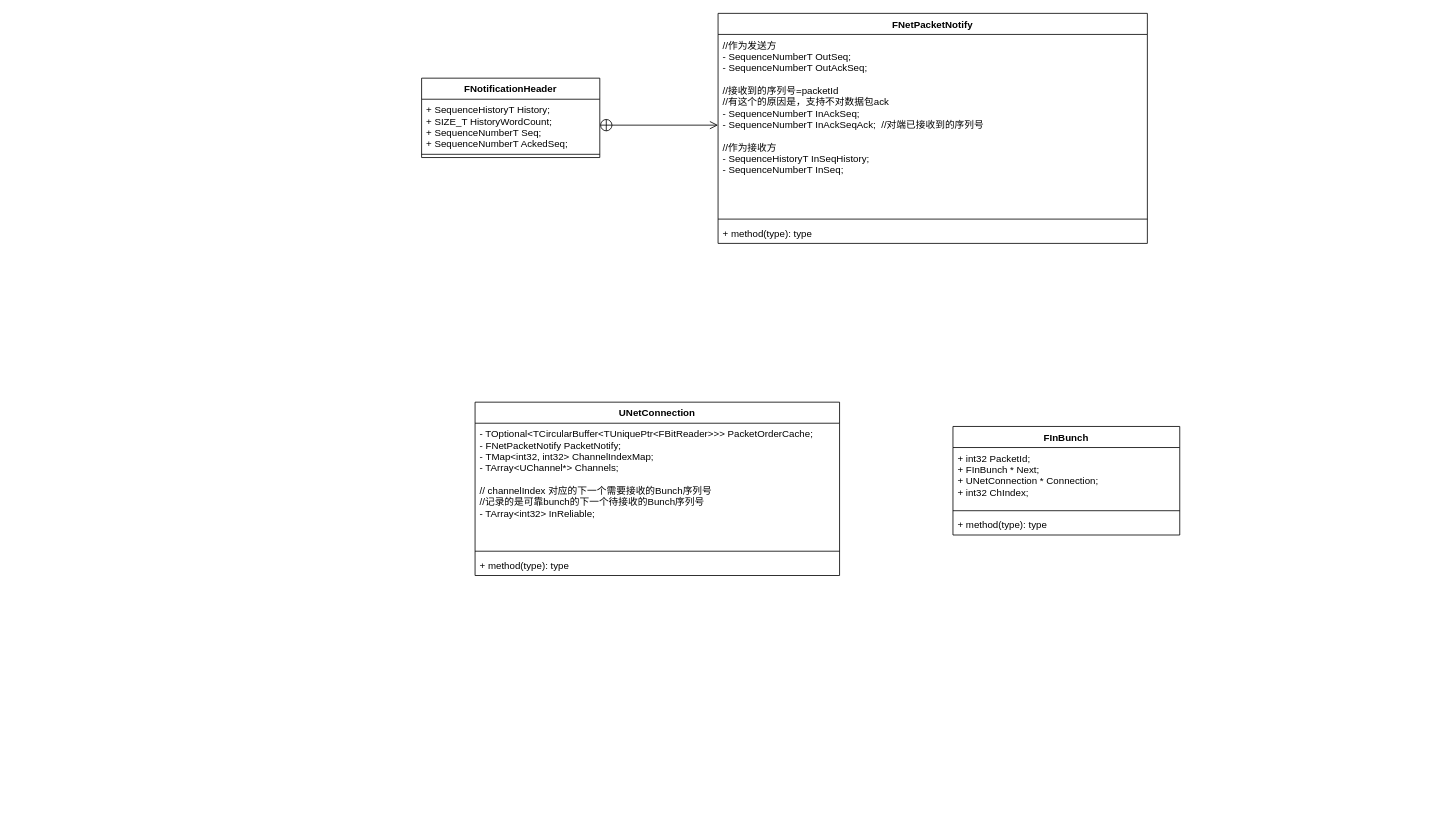
Earlier version of the draw.io diagram page "第 1 页" (1 of 3) of UE4Networking.drawio (jialin0x7c9/UE4NetworkingGraph). Source tidied: cells renumbered, new cells numbered last; positions are measured from the earlier drawing's top-left corner, leaving out a move shared by most shapes. Both pictures are drawn from the tidied source at 81%, with x=0, y=0 at pixel (421, 13).
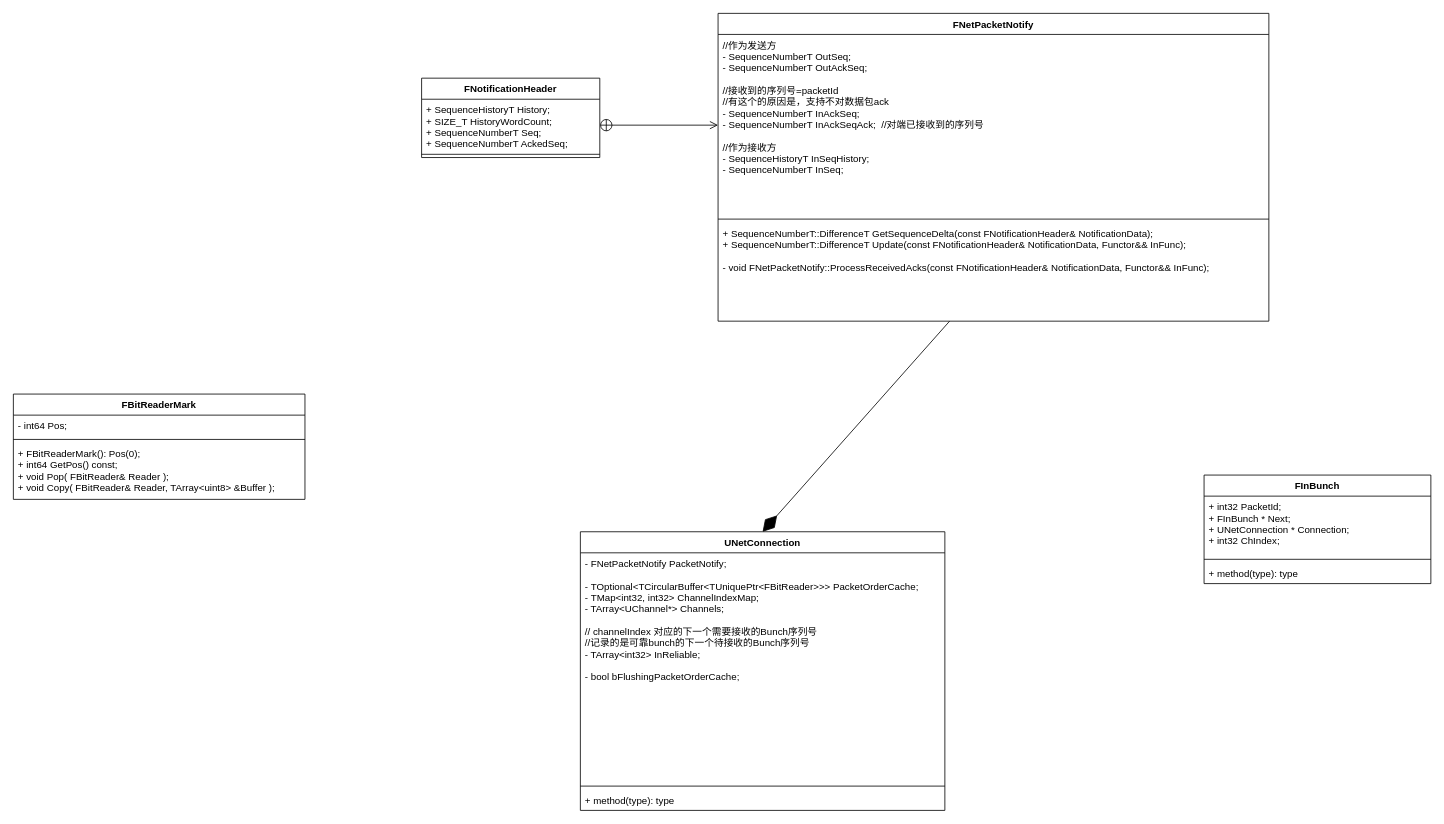
The same diagram, later.

Diff of the diagram source:
```diff
@@
     <mxCell id="2" value="UNetConnection" style="swimlane;fontStyle=1;align=center;verticalAlign=top;horizontal=1;startSize=26;" parent="1" vertex="1">
-      <mxGeometry x="66" y="480" width="450" height="214" as="geometry" />
+      <mxGeometry x="196" y="640" width="450" height="344" as="geometry" />
     </mxCell>
-    <mxCell id="3" value="- TOptional&lt;TCircularBuffer&lt;TUniquePtr&lt;FBitReader&gt;&gt;&gt; PacketOrderCache;&#10;- FNetPacketNotify PacketNotify;&#10;- TMap&lt;int32, int32&gt; ChannelIndexMap;&#10;- TArray&lt;UChannel*&gt; Channels;&#10;&#10;// channelIndex 对应的下一个需要接收的Bunch序列号&#10;//记录的是可靠bunch的下一个待接收的Bunch序列号&#10;- TArray&lt;int32&gt;  InReliable;  &#10;" style="text;strokeColor=none;fillColor=none;align=left;verticalAlign=top;spacingLeft=4;spacingRight=4;overflow=hidden;" parent="2" vertex="1">
-      <mxGeometry y="26" width="450" height="154" as="geometry" />
+    <mxCell id="3" value="- FNetPacketNotify PacketNotify;&#10;&#10;- TOptional&lt;TCircularBuffer&lt;TUniquePtr&lt;FBitReader&gt;&gt;&gt; PacketOrderCache;&#10;- TMap&lt;int32, int32&gt; ChannelIndexMap;&#10;- TArray&lt;UChannel*&gt; Channels;&#10;&#10;// channelIndex 对应的下一个需要接收的Bunch序列号&#10;//记录的是可靠bunch的下一个待接收的Bunch序列号&#10;- TArray&lt;int32&gt;  InReliable;  &#10;&#10;- bool bFlushingPacketOrderCache;" style="text;strokeColor=none;fillColor=none;align=left;verticalAlign=top;spacingLeft=4;spacingRight=4;overflow=hidden;" parent="2" vertex="1">
+      <mxGeometry y="26" width="450" height="284" as="geometry" />
     </mxCell>
     <mxCell id="4" style="line;strokeWidth=1;fillColor=none;align=left;verticalAlign=middle;spacingTop=-1;spacingLeft=3;spacingRight=3;labelPosition=right;" parent="2" vertex="1">
-      <mxGeometry y="180" width="450" height="8" as="geometry" />
+      <mxGeometry y="310" width="450" height="8" as="geometry" />
     </mxCell>
     <mxCell id="5" value="+ method(type): type" style="text;strokeColor=none;fillColor=none;align=left;verticalAlign=top;spacingLeft=4;spacingRight=4;overflow=hidden;" parent="2" vertex="1">
-      <mxGeometry y="188" width="450" height="26" as="geometry" />
+      <mxGeometry y="318" width="450" height="26" as="geometry" />
     </mxCell>
     <mxCell id="6" value="FInBunch" style="swimlane;fontStyle=1;align=center;verticalAlign=top;horizontal=1;startSize=26;" parent="1" vertex="1">
-      <mxGeometry x="656" y="510" width="280" height="134" as="geometry" />
+      <mxGeometry x="966" y="570" width="280" height="134" as="geometry" />
     </mxCell>
@@
     <mxCell id="10" value="FNetPacketNotify" style="swimlane;fontStyle=1;align=center;verticalAlign=top;horizontal=1;startSize=26;" parent="1" vertex="1">
-      <mxGeometry x="366" width="530" height="284" as="geometry" />
+      <mxGeometry x="366" width="680" height="380" as="geometry" />
     </mxCell>
     <mxCell id="11" value="//作为发送方&#10;- SequenceNumberT OutSeq;&#10;- SequenceNumberT OutAckSeq;&#10; &#10;//接收到的序列号=packetId&#10;//有这个的原因是，支持不对数据包ack&#10;- SequenceNumberT InAckSeq; &#10;- SequenceNumberT InAckSeqAck;  //对端已接收到的序列号&#10;&#10;//作为接收方&#10;- SequenceHistoryT InSeqHistory;&#10;- SequenceNumberT InSeq;&#10;&#10; " style="text;strokeColor=none;fillColor=none;align=left;verticalAlign=top;spacingLeft=4;spacingRight=4;overflow=hidden;points=[[0,0.5],[1,0.5]];portConstraint=eastwest;" parent="10" vertex="1">
-      <mxGeometry y="26" width="530" height="224" as="geometry" />
+      <mxGeometry y="26" width="680" height="224" as="geometry" />
     </mxCell>
     <mxCell id="12" style="line;strokeWidth=1;fillColor=none;align=left;verticalAlign=middle;spacingTop=-1;spacingLeft=3;spacingRight=3;labelPosition=right;" parent="10" vertex="1">
-      <mxGeometry y="250" width="530" height="8" as="geometry" />
+      <mxGeometry y="250" width="680" height="8" as="geometry" />
     </mxCell>
-    <mxCell id="13" value="+ method(type): type" style="text;strokeColor=none;fillColor=none;align=left;verticalAlign=top;spacingLeft=4;spacingRight=4;overflow=hidden;points=[[0,0.5],[1,0.5]];portConstraint=eastwest;" parent="10" vertex="1">
-      <mxGeometry y="258" width="530" height="26" as="geometry" />
+    <mxCell id="13" value="+ SequenceNumberT::DifferenceT GetSequenceDelta(const FNotificationHeader&amp; NotificationData);&#10;+ SequenceNumberT::DifferenceT Update(const FNotificationHeader&amp; NotificationData, Functor&amp;&amp; InFunc);&#10;&#10;- void FNetPacketNotify::ProcessReceivedAcks(const FNotificationHeader&amp; NotificationData, Functor&amp;&amp; InFunc);" style="text;strokeColor=none;fillColor=none;align=left;verticalAlign=top;spacingLeft=4;spacingRight=4;overflow=hidden;points=[[0,0.5],[1,0.5]];portConstraint=eastwest;" parent="10" vertex="1">
+      <mxGeometry y="258" width="680" height="122" as="geometry" />
     </mxCell>
@@
+    <mxCell id="18" value="FBitReaderMark" style="swimlane;fontStyle=1;align=center;verticalAlign=top;horizontal=1;startSize=26;" parent="1" vertex="1">
+      <mxGeometry x="-504" y="470" width="360" height="130" as="geometry" />
+    </mxCell>
+    <mxCell id="19" value="- int64 Pos;" style="text;strokeColor=none;fillColor=none;align=left;verticalAlign=top;spacingLeft=4;spacingRight=4;overflow=hidden;" parent="18" vertex="1">
+      <mxGeometry y="26" width="360" height="26" as="geometry" />
+    </mxCell>
+    <mxCell id="20" style="line;strokeWidth=1;fillColor=none;align=left;verticalAlign=middle;spacingTop=-1;spacingLeft=3;spacingRight=3;labelPosition=right;" parent="18" vertex="1">
+      <mxGeometry y="52" width="360" height="8" as="geometry" />
+    </mxCell>
+    <mxCell id="21" value="+ FBitReaderMark(): Pos(0);&#10;+ int64 GetPos() const;&#10;+ void Pop( FBitReader&amp; Reader );&#10;+ void Copy( FBitReader&amp; Reader, TArray&lt;uint8&gt; &amp;Buffer );" style="text;strokeColor=none;fillColor=none;align=left;verticalAlign=top;spacingLeft=4;spacingRight=4;overflow=hidden;" parent="18" vertex="1">
+      <mxGeometry y="60" width="360" height="70" as="geometry" />
+    </mxCell>
+    <mxCell id="22" style="endArrow=diamondThin;endFill=1;endSize=24;html=1;entryX=0.5;entryY=0;entryDx=0;entryDy=0;" parent="1" edge="1" source="13" target="2">
+      <mxGeometry relative="1" as="geometry" />
+    </mxCell>
```
